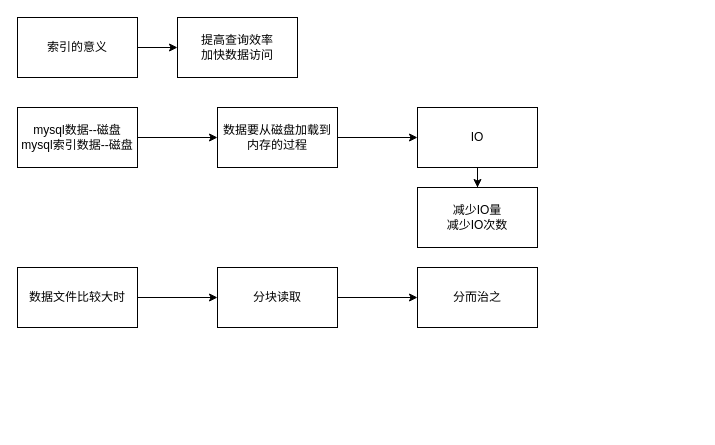
Above: mysql学习.drawio in yhchen0701/draw.io (draw.io), before the change. Source tidied: cells renumbered, new cells numbered last; positions are measured from the earlier drawing's top-left corner, leaving out a move shared by most shapes. Both pictures are drawn from the tidied source at 100%, with x=0, y=0 at pixel (17, 17).
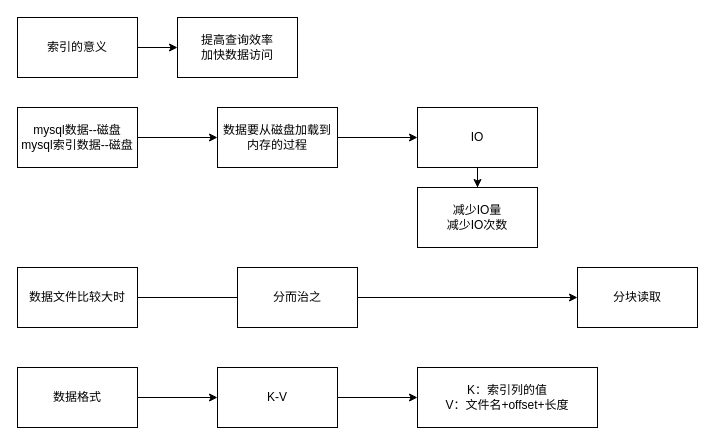
After the change.

Unchanged cells that the change refers to:
```xml
<mxCell id="13" value="数据文件比较大时" style="rounded=0;whiteSpace=wrap;html=1;" parent="1" vertex="1">
  <mxGeometry y="250" width="120" height="60" as="geometry" />
</mxCell>
```

The edit, as a diff of the source:
```diff
@@
-    <mxCell id="12" style="edgeStyle=orthogonalEdgeStyle;rounded=0;jettySize=auto;html=1;" parent="1" edge="1" source="13" target="15">
+    <mxCell id="12" style="edgeStyle=orthogonalEdgeStyle;rounded=0;jettySize=auto;html=1;" parent="1" edge="1" source="16" target="15">
       <mxGeometry relative="1" as="geometry" />
     </mxCell>
@@
-    <mxCell id="14" style="edgeStyle=orthogonalEdgeStyle;rounded=0;jettySize=auto;html=1;" parent="1" edge="1" source="15" target="16">
-      <mxGeometry relative="1" as="geometry" />
-    </mxCell>
     <mxCell id="15" value="分块读取" style="whiteSpace=wrap;html=1;rounded=0;" parent="1" vertex="1">
-      <mxGeometry x="200" y="250" width="120" height="60" as="geometry" />
+      <mxGeometry x="560" y="250" width="120" height="60" as="geometry" />
     </mxCell>
     <mxCell id="16" value="分而治之" style="whiteSpace=wrap;html=1;rounded=0;" parent="1" vertex="1">
-      <mxGeometry x="400" y="250" width="120" height="60" as="geometry" />
+      <mxGeometry x="220" y="250" width="120" height="60" as="geometry" />
     </mxCell>
+    <mxCell id="17" style="endArrow=none;html=1;rounded=0;entryX=0;entryY=0.5;entryDx=0;entryDy=0;exitX=1;exitY=0.5;exitDx=0;exitDy=0;" parent="1" edge="1" source="13" target="16">
+      <mxGeometry relative="1" as="geometry" />
+    </mxCell>
+    <mxCell id="18" style="edgeStyle=orthogonalEdgeStyle;rounded=0;jettySize=auto;html=1;" parent="1" edge="1" source="19" target="21">
+      <mxGeometry relative="1" as="geometry" />
+    </mxCell>
+    <mxCell id="19" value="数据格式" style="rounded=0;whiteSpace=wrap;html=1;" parent="1" vertex="1">
+      <mxGeometry y="350" width="120" height="60" as="geometry" />
+    </mxCell>
+    <mxCell id="20" style="edgeStyle=orthogonalEdgeStyle;rounded=0;jettySize=auto;html=1;" parent="1" edge="1" source="21" target="22">
+      <mxGeometry relative="1" as="geometry" />
+    </mxCell>
+    <mxCell id="21" value="K-V" style="whiteSpace=wrap;html=1;rounded=0;" parent="1" vertex="1">
+      <mxGeometry x="200" y="350" width="120" height="60" as="geometry" />
+    </mxCell>
+    <mxCell id="22" value="K：索引列的值&lt;br&gt;V：文件名+offset+长度" style="whiteSpace=wrap;html=1;rounded=0;" parent="1" vertex="1">
+      <mxGeometry x="400" y="350" width="180" height="60" as="geometry" />
+    </mxCell>
```
